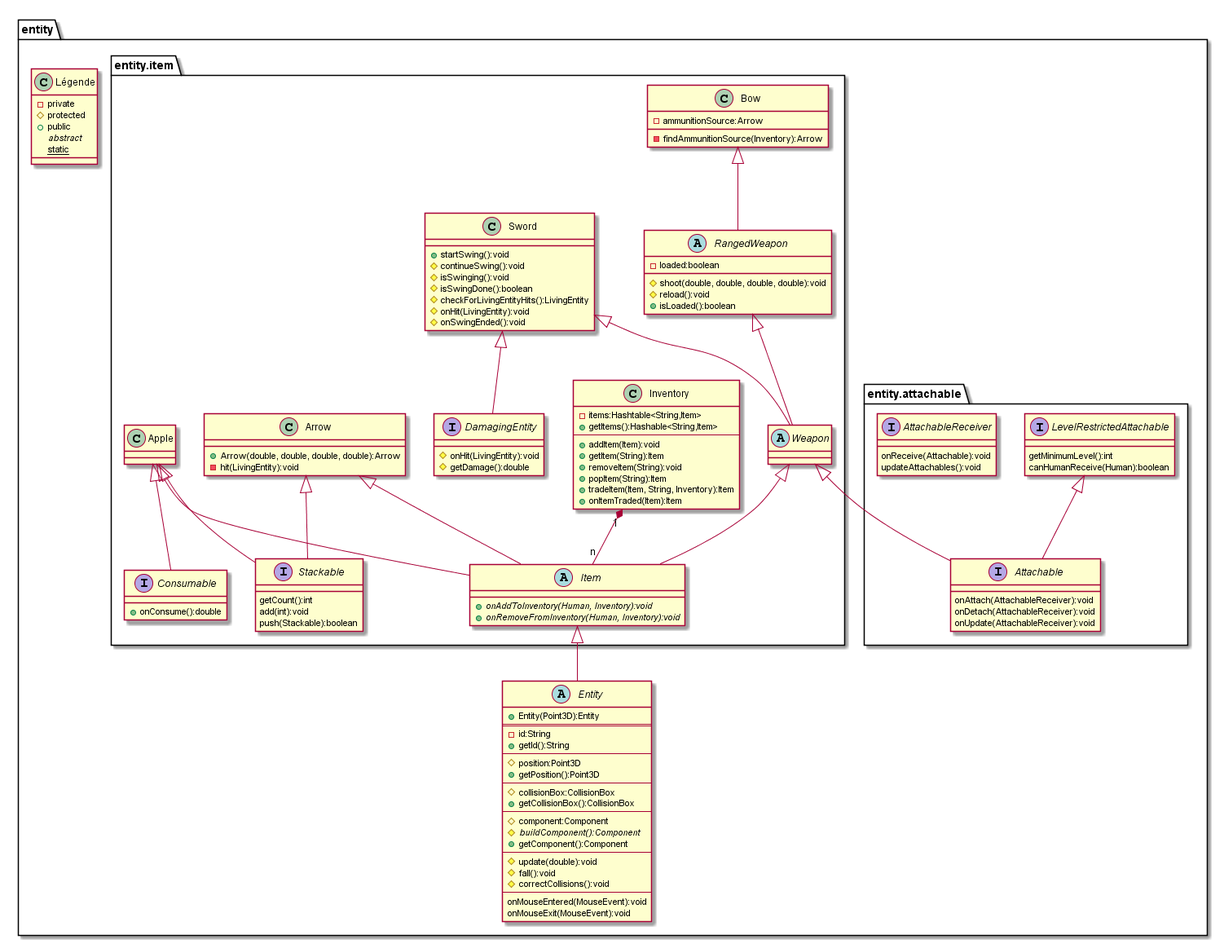
Above: uml/final/entity/items.png in the-zucc/coureur-de-bois (PlantUML), before the change.
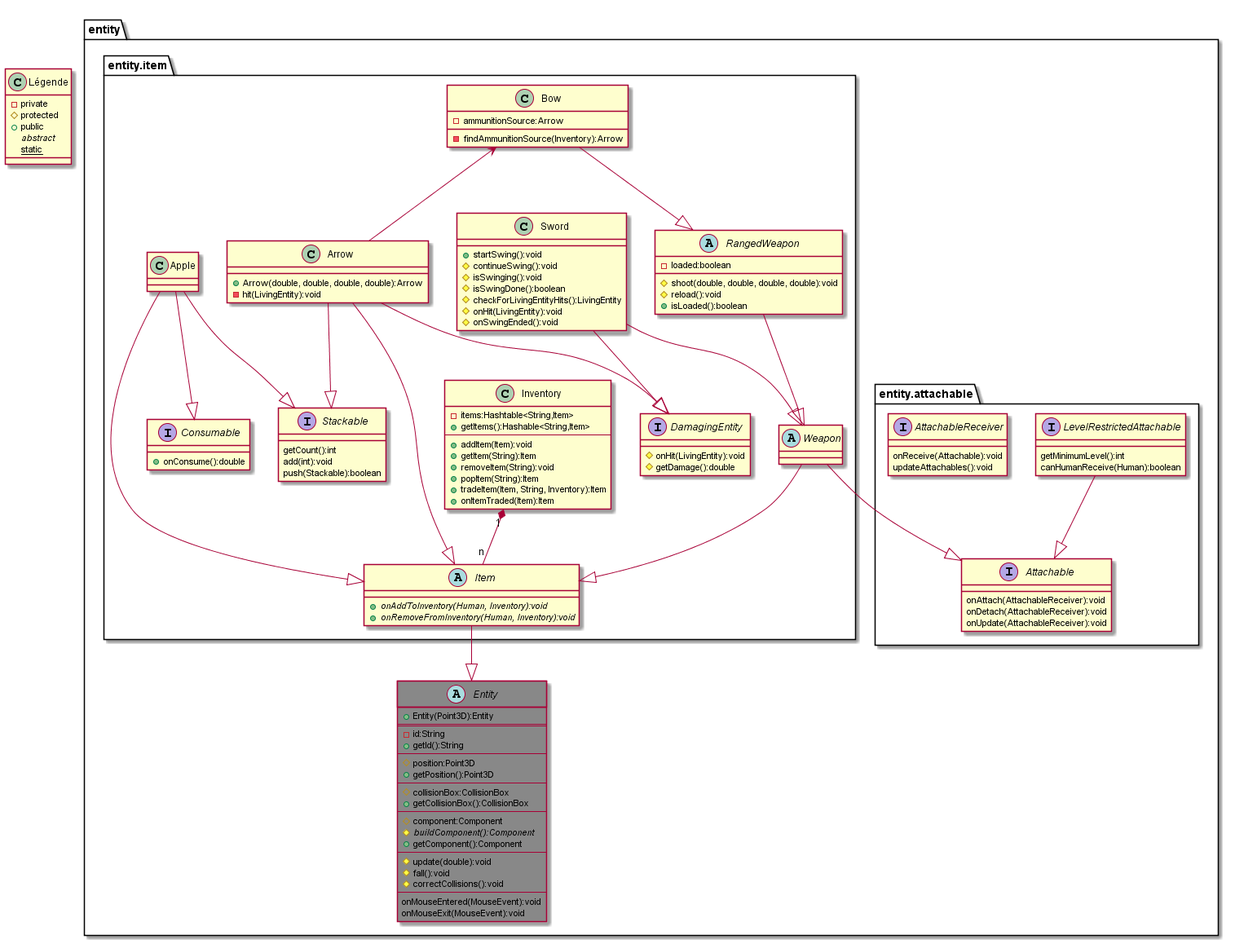
Above is the later version.

Diff of the diagram source:
```diff
@@ -1,13 +1,13 @@
 @startuml items
+class Légende{
+    - private
+    # protected
+    + public
+    {abstract} abstract
+    {static} static
+}
 package entity{
-    class Légende{
-        - private
-        # protected
-        + public
-        {abstract} abstract
-        {static} static
-    }
-    abstract class Entity{
+    abstract class Entity #888888{
         + Entity(Point3D):Entity
         ==
         - id:String
@@ -40,7 +40,7 @@
             getMinimumLevel():int
             canHumanReceive(Human):boolean
         }
-        LevelRestrictedAttachable <|-- Attachable
+        LevelRestrictedAttachable --|> Attachable
         interface AttachableReceiver{
             onReceive(Attachable):void
             updateAttachables():void
@@ -62,7 +62,7 @@
             + {abstract}onAddToInventory(Human, Inventory):void
             + {abstract}onRemoveFromInventory(Human, Inventory):void
         }
-        Item <|-- Entity
+        Item --|> Entity
         Inventory "1" *-- "n" Item
 
         interface Stackable{
@@ -75,14 +75,14 @@
         }
         class Apple{
         }
-        Apple <|-- Item
-        Apple <|-- Stackable
-        Apple <|-- Consumable
+        Apple --|> Item
+        Apple --|> Stackable
+        Apple --|> Consumable
         abstract class Weapon{
 
         }
-        Weapon <|-- Attachable
-        Weapon <|-- Item
+        Weapon --|> Attachable
+        Weapon --|> Item
         interface DamagingEntity{
             # onHit(LivingEntity):void
             # getDamage():double
@@ -96,26 +96,28 @@
             # onHit(LivingEntity):void
             # onSwingEnded():void
         }
-        Sword <|-- Weapon
-        Sword <|-- DamagingEntity
+        Sword --|> Weapon
+        Sword --|> DamagingEntity
         abstract class RangedWeapon{
             # shoot(double, double, double, double):void
             # reload():void
             - loaded:boolean
             + isLoaded():boolean
         }
-        RangedWeapon <|-- Weapon
+        RangedWeapon --|> Weapon
         class Bow{
             - ammunitionSource:Arrow
             - findAmmunitionSource(Inventory):Arrow
         }
-        Bow <|-- RangedWeapon
+        Bow --|> RangedWeapon
         class Arrow{
             + Arrow(double, double, double, double):Arrow
             - hit(LivingEntity):void
         }
-        Arrow <|-- Item
-        Arrow <|-- Stackable
+        Arrow --|> Item
+        Arrow --|> Stackable
+        Arrow --|> DamagingEntity
+        Bow <-- Arrow
     }
 }
 @enduml
```
